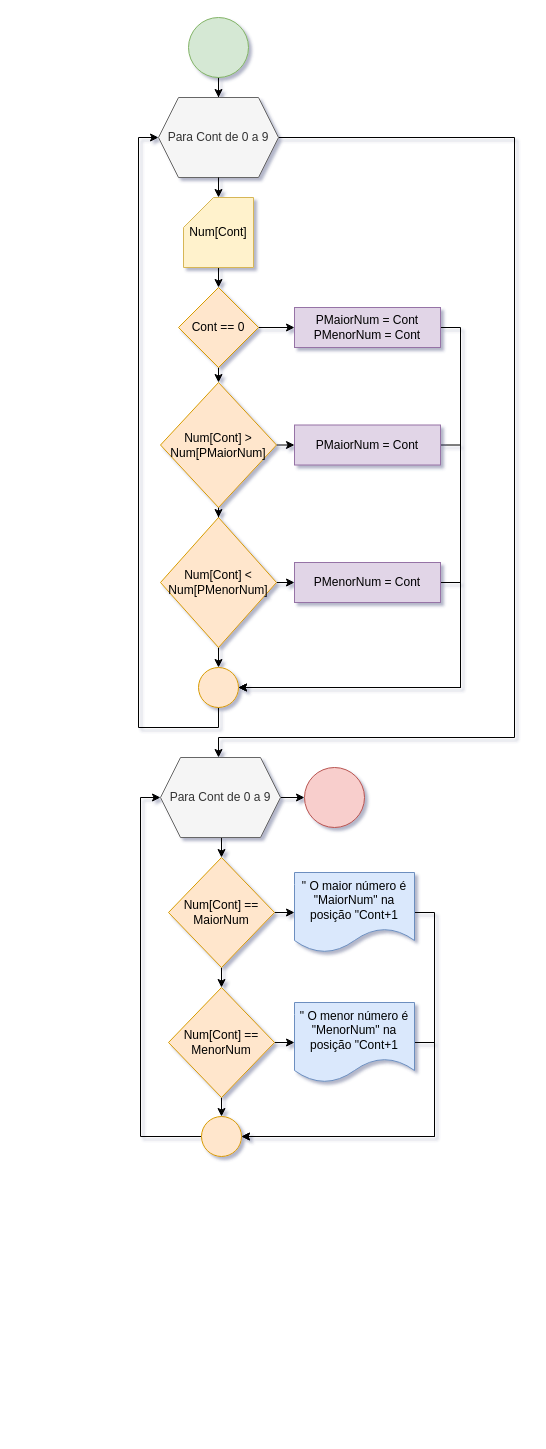
This is Exercício 5/5)vetores e matrizes.drawio from Johanoliveira/Exercicios_sobre_vetores_em_cpp, a draw.io file, before an edit. Source tidied: cells renumbered, new cells numbered last; positions are measured from the earlier drawing's top-left corner, leaving out a move shared by most shapes. Both pictures are drawn from the tidied source at 100%, with x=0, y=0 at pixel (158, 17).
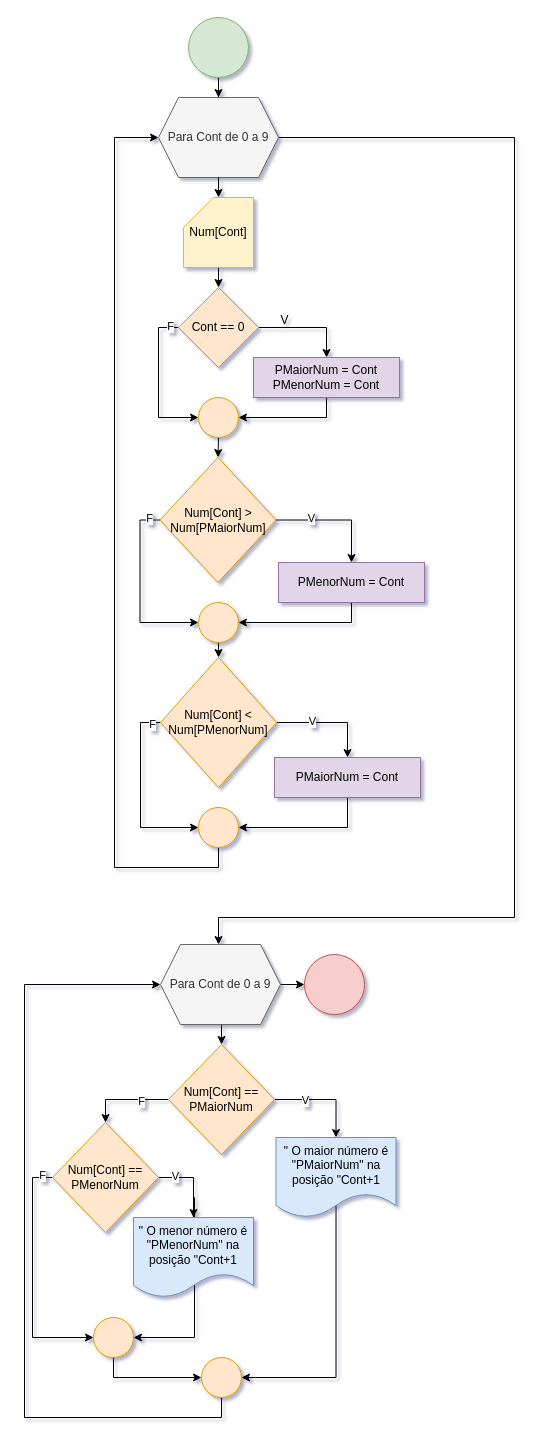
The same page after the edit.

Unchanged cells that the change refers to:
```xml
<mxCell id="5" value="Para Cont de 0 a 9" style="shape=hexagon;perimeter=hexagonPerimeter2;whiteSpace=wrap;html=1;fixedSize=1;fillColor=#f5f5f5;fontColor=#333333;strokeColor=#666666;" parent="1" vertex="1">
  <mxGeometry y="80" width="120" height="80" as="geometry" />
</mxCell>
<mxCell id="11" value="Cont == 0" style="rhombus;whiteSpace=wrap;html=1;fillColor=#ffe6cc;strokeColor=#d79b00;" parent="1" vertex="1">
  <mxGeometry x="20" y="270" width="80" height="80" as="geometry" />
</mxCell>
```

Diff of the diagram source:
```diff
@@
     <mxCell id="4" style="edgeStyle=orthogonalEdgeStyle;rounded=0;jettySize=auto;html=1;exitX=1;exitY=0.5;exitDx=0;exitDy=0;" parent="1" edge="1" source="5" target="28">
       <mxGeometry relative="1" as="geometry">
         <Array as="points">
           <mxPoint x="356" y="120" />
-          <mxPoint x="356" y="720" />
-          <mxPoint x="60" y="720" />
+          <mxPoint x="356" y="900" />
+          <mxPoint x="60" y="900" />
         </Array>
       </mxGeometry>
     </mxCell>
@@
-    <mxCell id="9" style="edgeStyle=orthogonalEdgeStyle;rounded=0;jettySize=auto;html=1;exitX=0.5;exitY=1;exitDx=0;exitDy=0;entryX=0.5;entryY=0;entryDx=0;entryDy=0;" parent="1" edge="1" source="11" target="20">
-      <mxGeometry relative="1" as="geometry" />
-    </mxCell>
-    <mxCell id="10" style="edgeStyle=orthogonalEdgeStyle;rounded=0;jettySize=auto;html=1;exitX=1;exitY=0.5;exitDx=0;exitDy=0;entryX=0;entryY=0.5;entryDx=0;entryDy=0;" parent="1" edge="1" source="11" target="13">
+    <mxCell id="10" style="edgeStyle=orthogonalEdgeStyle;rounded=0;jettySize=auto;html=1;exitX=1;exitY=0.5;exitDx=0;exitDy=0;" parent="1" edge="1" source="11" target="13">
       <mxGeometry relative="1" as="geometry" />
     </mxCell>
+    <mxCell id="42" style="edgeStyle=orthogonalEdgeStyle;rounded=0;jettySize=auto;html=1;exitX=0;exitY=0.5;exitDx=0;exitDy=0;entryX=0;entryY=0.5;entryDx=0;entryDy=0;" parent="1" edge="1" source="11" target="15">
+      <mxGeometry relative="1" as="geometry" />
+    </mxCell>
+    <mxCell id="43" value="F" style="edgeLabel;html=1;align=center;verticalAlign=middle;" parent="42" vertex="1">
+      <mxGeometry x="-0.88" y="-2" relative="1" as="geometry" />
+    </mxCell>
@@
-    <mxCell id="12" style="edgeStyle=orthogonalEdgeStyle;rounded=0;jettySize=auto;html=1;exitX=1;exitY=0.5;exitDx=0;exitDy=0;entryX=1;entryY=0.5;entryDx=0;entryDy=0;" parent="1" edge="1" source="13" target="15">
+    <mxCell id="12" style="edgeStyle=orthogonalEdgeStyle;rounded=0;jettySize=auto;html=1;exitX=0.5;exitY=1;exitDx=0;exitDy=0;entryX=1;entryY=0.5;entryDx=0;entryDy=0;" parent="1" edge="1" source="13" target="15">
       <mxGeometry relative="1" as="geometry" />
     </mxCell>
     <mxCell id="13" value="PMaiorNum = Cont&lt;div&gt;PMenorNum = Cont&lt;/div&gt;" style="rounded=0;whiteSpace=wrap;html=1;fillColor=#e1d5e7;strokeColor=#9673a6;" parent="1" vertex="1">
-      <mxGeometry x="136" y="290" width="146" height="40" as="geometry" />
+      <mxGeometry x="95" y="340" width="146" height="40" as="geometry" />
     </mxCell>
-    <mxCell id="14" style="edgeStyle=orthogonalEdgeStyle;rounded=0;jettySize=auto;html=1;exitX=0.5;exitY=1;exitDx=0;exitDy=0;entryX=0;entryY=0.5;entryDx=0;entryDy=0;" parent="1" edge="1" source="15" target="5">
-      <mxGeometry relative="1" as="geometry" />
-    </mxCell>
+    <mxCell id="44" style="edgeStyle=orthogonalEdgeStyle;rounded=0;jettySize=auto;html=1;exitX=0.5;exitY=1;exitDx=0;exitDy=0;entryX=0.5;entryY=0;entryDx=0;entryDy=0;" parent="1" edge="1" source="15" target="20">
+      <mxGeometry relative="1" as="geometry" />
+    </mxCell>
     <mxCell id="15" style="ellipse;whiteSpace=wrap;html=1;fillColor=#ffe6cc;strokeColor=#d79b00;" parent="1" vertex="1">
-      <mxGeometry x="40" y="650" width="40" height="40" as="geometry" />
+      <mxGeometry x="40" y="380" width="40" height="40" as="geometry" />
     </mxCell>
-    <mxCell id="16" style="edgeStyle=orthogonalEdgeStyle;rounded=0;jettySize=auto;html=1;exitX=1;exitY=0.5;exitDx=0;exitDy=0;entryX=1;entryY=0.5;entryDx=0;entryDy=0;" parent="1" edge="1" source="17" target="15">
-      <mxGeometry relative="1" as="geometry" />
-    </mxCell>
+    <mxCell id="45" style="edgeStyle=orthogonalEdgeStyle;rounded=0;jettySize=auto;html=1;exitX=0.5;exitY=1;exitDx=0;exitDy=0;entryX=1;entryY=0.5;entryDx=0;entryDy=0;" parent="1" edge="1" source="17" target="65">
+      <mxGeometry relative="1" as="geometry" />
+    </mxCell>
     <mxCell id="17" value="PMaiorNum = Cont" style="rounded=0;whiteSpace=wrap;html=1;fillColor=#e1d5e7;strokeColor=#9673a6;" parent="1" vertex="1">
-      <mxGeometry x="136" y="407.5" width="146" height="40" as="geometry" />
+      <mxGeometry x="116" y="740" width="146" height="40" as="geometry" />
     </mxCell>
-    <mxCell id="18" style="edgeStyle=orthogonalEdgeStyle;rounded=0;jettySize=auto;html=1;entryX=0.5;entryY=0;entryDx=0;entryDy=0;" parent="1" edge="1" source="20" target="25">
-      <mxGeometry relative="1" as="geometry" />
-    </mxCell>
-    <mxCell id="19" style="edgeStyle=orthogonalEdgeStyle;rounded=0;jettySize=auto;html=1;exitX=1;exitY=0.5;exitDx=0;exitDy=0;entryX=0;entryY=0.5;entryDx=0;entryDy=0;" parent="1" edge="1" source="20" target="17">
-      <mxGeometry relative="1" as="geometry" />
-    </mxCell>
+    <mxCell id="46" style="edgeStyle=orthogonalEdgeStyle;rounded=0;jettySize=auto;html=1;exitX=1;exitY=0.5;exitDx=0;exitDy=0;entryX=0.5;entryY=0;entryDx=0;entryDy=0;" parent="1" edge="1" source="20" target="22">
+      <mxGeometry relative="1" as="geometry" />
+    </mxCell>
+    <mxCell id="47" value="V" style="edgeLabel;html=1;align=center;verticalAlign=middle;" parent="46" vertex="1">
+      <mxGeometry x="-0.42" y="3" relative="1" as="geometry">
+        <mxPoint x="1" y="1" as="offset" />
+      </mxGeometry>
+    </mxCell>
+    <mxCell id="48" style="edgeStyle=orthogonalEdgeStyle;rounded=0;jettySize=auto;html=1;exitX=0;exitY=0.5;exitDx=0;exitDy=0;entryX=0;entryY=0.5;entryDx=0;entryDy=0;" parent="1" edge="1" source="20" target="63">
+      <mxGeometry relative="1" as="geometry" />
+    </mxCell>
+    <mxCell id="49" value="F" style="edgeLabel;html=1;align=center;verticalAlign=middle;" parent="48" vertex="1">
+      <mxGeometry x="-0.88" y="-2" relative="1" as="geometry" />
+    </mxCell>
     <mxCell id="20" value="Num[Cont] &amp;gt; Num[PMaiorNum]" style="rhombus;whiteSpace=wrap;html=1;fillColor=#ffe6cc;strokeColor=#d79b00;" parent="1" vertex="1">
-      <mxGeometry x="2" y="365" width="116" height="125" as="geometry" />
+      <mxGeometry x="1.5" y="440" width="116" height="125" as="geometry" />
     </mxCell>
-    <mxCell id="21" style="edgeStyle=orthogonalEdgeStyle;rounded=0;jettySize=auto;html=1;exitX=1;exitY=0.5;exitDx=0;exitDy=0;entryX=1;entryY=0.5;entryDx=0;entryDy=0;" parent="1" edge="1" source="22" target="15">
-      <mxGeometry relative="1" as="geometry" />
-    </mxCell>
+    <mxCell id="50" style="edgeStyle=orthogonalEdgeStyle;rounded=0;jettySize=auto;html=1;exitX=0.5;exitY=1;exitDx=0;exitDy=0;entryX=1;entryY=0.5;entryDx=0;entryDy=0;" parent="1" edge="1" source="22" target="63">
+      <mxGeometry relative="1" as="geometry" />
+    </mxCell>
     <mxCell id="22" value="&lt;div&gt;PMenorNum = Cont&lt;/div&gt;" style="rounded=0;whiteSpace=wrap;html=1;fillColor=#e1d5e7;strokeColor=#9673a6;" parent="1" vertex="1">
-      <mxGeometry x="136" y="545" width="146" height="40" as="geometry" />
+      <mxGeometry x="120" y="545" width="146" height="40" as="geometry" />
     </mxCell>
-    <mxCell id="23" style="edgeStyle=orthogonalEdgeStyle;rounded=0;jettySize=auto;html=1;exitX=1;exitY=0.5;exitDx=0;exitDy=0;entryX=0;entryY=0.5;entryDx=0;entryDy=0;" parent="1" edge="1" source="25" target="22">
-      <mxGeometry relative="1" as="geometry" />
-    </mxCell>
-    <mxCell id="24" style="edgeStyle=orthogonalEdgeStyle;rounded=0;jettySize=auto;html=1;exitX=0.5;exitY=1;exitDx=0;exitDy=0;entryX=0.5;entryY=0;entryDx=0;entryDy=0;" parent="1" edge="1" source="25" target="15">
-      <mxGeometry relative="1" as="geometry" />
-    </mxCell>
+    <mxCell id="51" style="edgeStyle=orthogonalEdgeStyle;rounded=0;jettySize=auto;html=1;exitX=1;exitY=0.5;exitDx=0;exitDy=0;entryX=0.5;entryY=0;entryDx=0;entryDy=0;" parent="1" edge="1" source="25" target="17">
+      <mxGeometry relative="1" as="geometry" />
+    </mxCell>
+    <mxCell id="52" value="V" style="edgeLabel;html=1;align=center;verticalAlign=middle;" parent="51" vertex="1">
+      <mxGeometry x="-0.34" y="2" relative="1" as="geometry" />
+    </mxCell>
+    <mxCell id="53" style="edgeStyle=orthogonalEdgeStyle;rounded=0;jettySize=auto;html=1;exitX=0;exitY=0.5;exitDx=0;exitDy=0;entryX=0;entryY=0.5;entryDx=0;entryDy=0;" parent="1" edge="1" source="25" target="65">
+      <mxGeometry relative="1" as="geometry" />
+    </mxCell>
+    <mxCell id="54" value="F" style="edgeLabel;html=1;align=center;verticalAlign=middle;" parent="53" vertex="1">
+      <mxGeometry x="-0.9" y="1" relative="1" as="geometry" />
+    </mxCell>
     <mxCell id="25" value="Num[Cont] &amp;lt; Num[PMenorNum]" style="rhombus;whiteSpace=wrap;html=1;fillColor=#ffe6cc;strokeColor=#d79b00;" parent="1" vertex="1">
-      <mxGeometry x="2" y="500" width="116" height="130" as="geometry" />
+      <mxGeometry x="2" y="640" width="116" height="130" as="geometry" />
     </mxCell>
@@
     <mxCell id="28" value="Para Cont de 0 a 9" style="shape=hexagon;perimeter=hexagonPerimeter2;whiteSpace=wrap;html=1;fixedSize=1;fillColor=#f5f5f5;fontColor=#333333;strokeColor=#666666;" parent="1" vertex="1">
-      <mxGeometry x="2" y="740" width="120" height="80" as="geometry" />
+      <mxGeometry x="2" y="927" width="120" height="80" as="geometry" />
     </mxCell>
+    <mxCell id="30" style="edgeStyle=orthogonalEdgeStyle;rounded=0;jettySize=auto;html=1;exitX=1;exitY=0.5;exitDx=0;exitDy=0;entryX=0.5;entryY=0;entryDx=0;entryDy=0;" parent="1" edge="1" source="31" target="36">
+      <mxGeometry relative="1" as="geometry" />
+    </mxCell>
+    <mxCell id="55" value="V" style="edgeLabel;html=1;align=center;verticalAlign=middle;" parent="30" vertex="1">
+      <mxGeometry x="-0.4" relative="1" as="geometry" />
+    </mxCell>
-    <mxCell id="29" style="edgeStyle=orthogonalEdgeStyle;rounded=0;jettySize=auto;html=1;exitX=0.5;exitY=1;exitDx=0;exitDy=0;entryX=0.5;entryY=0;entryDx=0;entryDy=0;" parent="1" edge="1" source="31" target="34">
+    <mxCell id="29" style="edgeStyle=orthogonalEdgeStyle;rounded=0;jettySize=auto;html=1;exitX=0;exitY=0.5;exitDx=0;exitDy=0;entryX=0.5;entryY=0;entryDx=0;entryDy=0;" parent="1" edge="1" source="31" target="34">
       <mxGeometry relative="1" as="geometry" />
     </mxCell>
-    <mxCell id="30" style="edgeStyle=orthogonalEdgeStyle;rounded=0;jettySize=auto;html=1;exitX=1;exitY=0.5;exitDx=0;exitDy=0;entryX=0;entryY=0.5;entryDx=0;entryDy=0;" parent="1" edge="1" source="31" target="36">
-      <mxGeometry relative="1" as="geometry" />
-    </mxCell>
+    <mxCell id="56" value="F" style="edgeLabel;html=1;align=center;verticalAlign=middle;" parent="29" vertex="1">
+      <mxGeometry x="-0.35" y="1" relative="1" as="geometry" />
+    </mxCell>
-    <mxCell id="31" value="Num[Cont] == MaiorNum" style="rhombus;whiteSpace=wrap;html=1;fillColor=#ffe6cc;strokeColor=#d79b00;" parent="1" vertex="1">
-      <mxGeometry x="10" y="840" width="106" height="110" as="geometry" />
+    <mxCell id="31" value="Num[Cont] == PMaiorNum" style="rhombus;whiteSpace=wrap;html=1;fillColor=#ffe6cc;strokeColor=#d79b00;" parent="1" vertex="1">
+      <mxGeometry x="10" y="1027" width="106" height="110" as="geometry" />
     </mxCell>
-    <mxCell id="32" style="edgeStyle=orthogonalEdgeStyle;rounded=0;jettySize=auto;html=1;exitX=1;exitY=0.5;exitDx=0;exitDy=0;entryX=0;entryY=0.5;entryDx=0;entryDy=0;" parent="1" edge="1" source="34" target="38">
+    <mxCell id="32" style="edgeStyle=orthogonalEdgeStyle;rounded=0;jettySize=auto;html=1;exitX=1;exitY=0.5;exitDx=0;exitDy=0;" parent="1" edge="1" source="34" target="38">
       <mxGeometry relative="1" as="geometry" />
     </mxCell>
+    <mxCell id="57" value="V" style="edgeLabel;html=1;align=center;verticalAlign=middle;" parent="32" vertex="1">
+      <mxGeometry x="-0.57" y="2" relative="1" as="geometry" />
+    </mxCell>
-    <mxCell id="33" style="edgeStyle=orthogonalEdgeStyle;rounded=0;jettySize=auto;html=1;exitX=0.5;exitY=1;exitDx=0;exitDy=0;entryX=0.5;entryY=0;entryDx=0;entryDy=0;" parent="1" edge="1" source="34" target="40">
+    <mxCell id="33" style="edgeStyle=orthogonalEdgeStyle;rounded=0;jettySize=auto;html=1;exitX=0;exitY=0.5;exitDx=0;exitDy=0;entryX=0;entryY=0.5;entryDx=0;entryDy=0;" parent="1" edge="1" source="34" target="40">
       <mxGeometry relative="1" as="geometry" />
     </mxCell>
+    <mxCell id="58" value="F" style="edgeLabel;html=1;align=center;verticalAlign=middle;" parent="33" vertex="1">
+      <mxGeometry x="-0.91" y="-3" relative="1" as="geometry" />
+    </mxCell>
-    <mxCell id="34" value="Num[Cont] == MenorNum" style="rhombus;whiteSpace=wrap;html=1;fillColor=#ffe6cc;strokeColor=#d79b00;" parent="1" vertex="1">
-      <mxGeometry x="10" y="970" width="106" height="110" as="geometry" />
+    <mxCell id="34" value="Num[Cont] == PMenorNum" style="rhombus;whiteSpace=wrap;html=1;fillColor=#ffe6cc;strokeColor=#d79b00;" parent="1" vertex="1">
+      <mxGeometry x="-106" y="1105" width="106" height="110" as="geometry" />
     </mxCell>
-    <mxCell id="35" style="edgeStyle=orthogonalEdgeStyle;rounded=0;jettySize=auto;html=1;exitX=1;exitY=0.5;exitDx=0;exitDy=0;entryX=1;entryY=0.5;entryDx=0;entryDy=0;" parent="1" edge="1" source="36" target="40">
-      <mxGeometry relative="1" as="geometry" />
-    </mxCell>
+    <mxCell id="59" style="edgeStyle=orthogonalEdgeStyle;rounded=0;jettySize=auto;html=1;exitX=0.5;exitY=0;exitDx=0;exitDy=0;entryX=1;entryY=0.5;entryDx=0;entryDy=0;" parent="1" edge="1" source="36" target="67">
+      <mxGeometry relative="1" as="geometry">
+        <Array as="points">
+          <mxPoint x="178" y="1360" />
+        </Array>
+      </mxGeometry>
+    </mxCell>
-    <mxCell id="36" value="&quot; O maior número é &quot;MaiorNum&quot; na posição &quot;Cont+1" style="shape=document;whiteSpace=wrap;html=1;boundedLbl=1;fillColor=#dae8fc;strokeColor=#6c8ebf;" parent="1" vertex="1">
-      <mxGeometry x="136" y="855" width="120" height="80" as="geometry" />
+    <mxCell id="36" value="&quot; O maior número é &quot;PMaiorNum&quot; na posição &quot;Cont+1" style="shape=document;whiteSpace=wrap;html=1;boundedLbl=1;fillColor=#dae8fc;strokeColor=#6c8ebf;" parent="1" vertex="1">
+      <mxGeometry x="117.5" y="1120" width="120" height="80" as="geometry" />
     </mxCell>
-    <mxCell id="37" style="edgeStyle=orthogonalEdgeStyle;rounded=0;jettySize=auto;html=1;exitX=1;exitY=0.5;exitDx=0;exitDy=0;entryX=1;entryY=0.5;entryDx=0;entryDy=0;" parent="1" edge="1" source="38" target="40">
-      <mxGeometry relative="1" as="geometry" />
+    <mxCell id="37" style="edgeStyle=orthogonalEdgeStyle;rounded=0;jettySize=auto;html=1;exitX=0.5;exitY=0;exitDx=0;exitDy=0;entryX=1;entryY=0.5;entryDx=0;entryDy=0;" parent="1" edge="1" source="38" target="40">
+      <mxGeometry relative="1" as="geometry">
+        <Array as="points">
+          <mxPoint x="35" y="1180" />
+          <mxPoint x="36" y="1180" />
+          <mxPoint x="36" y="1320" />
+        </Array>
+      </mxGeometry>
     </mxCell>
-    <mxCell id="38" value="&quot; O menor número é &quot;MenorNum&quot; na posição &quot;Cont+1" style="shape=document;whiteSpace=wrap;html=1;boundedLbl=1;fillColor=#dae8fc;strokeColor=#6c8ebf;" parent="1" vertex="1">
-      <mxGeometry x="136" y="985" width="120" height="80" as="geometry" />
+    <mxCell id="38" value="&quot; O menor número é &quot;PMenorNum&quot; na posição &quot;Cont+1" style="shape=document;whiteSpace=wrap;html=1;boundedLbl=1;fillColor=#dae8fc;strokeColor=#6c8ebf;" parent="1" vertex="1">
+      <mxGeometry x="-25" y="1200" width="120" height="80" as="geometry" />
     </mxCell>
-    <mxCell id="39" style="edgeStyle=orthogonalEdgeStyle;rounded=0;jettySize=auto;html=1;exitX=0;exitY=0.5;exitDx=0;exitDy=0;entryX=0;entryY=0.5;entryDx=0;entryDy=0;" parent="1" edge="1" source="40" target="28">
-      <mxGeometry relative="1" as="geometry" />
-    </mxCell>
+    <mxCell id="60" style="edgeStyle=orthogonalEdgeStyle;rounded=0;jettySize=auto;html=1;exitX=0.5;exitY=1;exitDx=0;exitDy=0;entryX=0;entryY=0.5;entryDx=0;entryDy=0;" parent="1" edge="1" source="40" target="67">
+      <mxGeometry relative="1" as="geometry" />
+    </mxCell>
     <mxCell id="40" style="ellipse;whiteSpace=wrap;html=1;fillColor=#ffe6cc;strokeColor=#d79b00;" parent="1" vertex="1">
-      <mxGeometry x="43" y="1099" width="40" height="40" as="geometry" />
+      <mxGeometry x="-65" y="1300" width="40" height="40" as="geometry" />
     </mxCell>
     <mxCell id="41" style="ellipse;whiteSpace=wrap;html=1;fillColor=#f8cecc;strokeColor=#b85450;" parent="1" vertex="1">
-      <mxGeometry x="146" y="750" width="60" height="60" as="geometry" />
+      <mxGeometry x="146" y="937" width="60" height="60" as="geometry" />
     </mxCell>
+    <mxCell id="61" value="V" style="text;html=1;align=center;verticalAlign=middle;strokeColor=none;fillColor=none;" parent="1" vertex="1">
+      <mxGeometry x="111" y="288" width="30" height="30" as="geometry" />
+    </mxCell>
+    <mxCell id="62" style="edgeStyle=orthogonalEdgeStyle;rounded=0;jettySize=auto;html=1;exitX=0.5;exitY=1;exitDx=0;exitDy=0;entryX=0.5;entryY=0;entryDx=0;entryDy=0;" parent="1" edge="1" source="63" target="25">
+      <mxGeometry relative="1" as="geometry" />
+    </mxCell>
+    <mxCell id="63" style="ellipse;whiteSpace=wrap;html=1;fillColor=#ffe6cc;strokeColor=#d79b00;" parent="1" vertex="1">
+      <mxGeometry x="40" y="585" width="40" height="40" as="geometry" />
+    </mxCell>
+    <mxCell id="64" style="edgeStyle=orthogonalEdgeStyle;rounded=0;jettySize=auto;html=1;exitX=0.5;exitY=1;exitDx=0;exitDy=0;entryX=0;entryY=0.5;entryDx=0;entryDy=0;" parent="1" edge="1" source="65" target="5">
+      <mxGeometry relative="1" as="geometry">
+        <Array as="points">
+          <mxPoint x="60" y="850" />
+          <mxPoint x="-44" y="850" />
+          <mxPoint x="-44" y="120" />
+        </Array>
+      </mxGeometry>
+    </mxCell>
+    <mxCell id="65" style="ellipse;whiteSpace=wrap;html=1;fillColor=#ffe6cc;strokeColor=#d79b00;" parent="1" vertex="1">
+      <mxGeometry x="40" y="790" width="40" height="40" as="geometry" />
+    </mxCell>
+    <mxCell id="66" style="edgeStyle=orthogonalEdgeStyle;rounded=0;jettySize=auto;html=1;exitX=0.5;exitY=1;exitDx=0;exitDy=0;entryX=0;entryY=0.5;entryDx=0;entryDy=0;" parent="1" edge="1" source="67" target="28">
+      <mxGeometry relative="1" as="geometry">
+        <Array as="points">
+          <mxPoint x="63" y="1400" />
+          <mxPoint x="-134" y="1400" />
+          <mxPoint x="-134" y="967" />
+        </Array>
+      </mxGeometry>
+    </mxCell>
+    <mxCell id="67" style="ellipse;whiteSpace=wrap;html=1;fillColor=#ffe6cc;strokeColor=#d79b00;" parent="1" vertex="1">
+      <mxGeometry x="43" y="1340" width="40" height="40" as="geometry" />
+    </mxCell>
```
